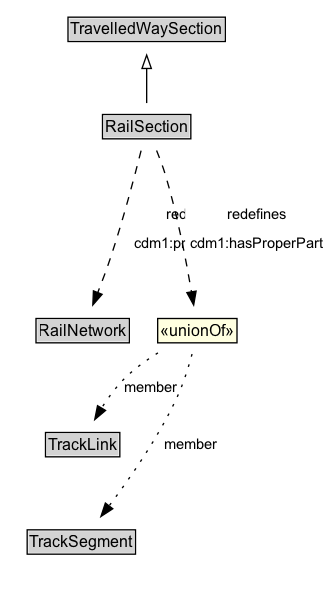
This is docs/diagrams/RailSection.dot.png from ISO-TC204/ontology-cdm-p3-v1, a Graphviz export, as it was before one commit. Its source is kept beside it as docs/diagrams/RailSection.dot.
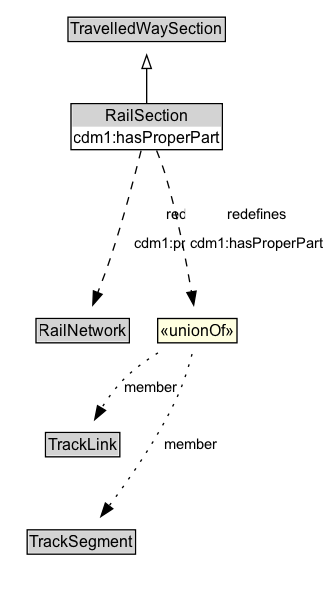
The same file after the commit.

Change to the diagram source:
```diff
@@ -6,7 +6,7 @@
 		rank=source
 		TravelledWaySection [label=<<TABLE BORDER="1" CELLBORDER="0" CELLSPACING="0" CELLPADDING="1"><TR><TD BGCOLOR="lightgray" ALIGN="CENTER">TravelledWaySection</TD></TR></TABLE>> URL="../TravelledWaySection" margin=0]
 	}
-	RailSection [label=<<TABLE BORDER="1" CELLBORDER="0" CELLSPACING="0" CELLPADDING="1"><TR><TD BGCOLOR="lightgray" ALIGN="CENTER">RailSection</TD></TR></TABLE>> URL="../RailSection" margin=0]
+	RailSection [label=<<TABLE BORDER="1" CELLBORDER="0" CELLSPACING="0" CELLPADDING="1"><TR><TD BGCOLOR="lightgray" ALIGN="CENTER">RailSection</TD></TR><TR><TD ALIGN="LEFT">cdm1:hasProperPart</TD></TR></TABLE>> URL="../RailSection" margin=0]
 	{
 		rank=max
 	}
@@ -22,12 +22,12 @@
 	Invis -> RailNetwork [style=invis]
 	RailNetwork -> TrackLink [style=invis]
 	TrackLink -> TrackSegment [style=invis]
-	n6cdb34b94ee24737adcb98601c0c2c6bb11 [label=<<TABLE BORDER="1" CELLBORDER="0" CELLSPACING="0" CELLPADDING="1" BGCOLOR="lightyellow"><TR><TD ALIGN="CENTER">«unionOf»</TD></TR></TABLE>> margin=0]
+	n07c1fe2cc8ba44aab7f111e85edd4de9b11 [label=<<TABLE BORDER="1" CELLBORDER="0" CELLSPACING="0" CELLPADDING="1" BGCOLOR="lightyellow"><TR><TD ALIGN="CENTER">«unionOf»</TD></TR></TABLE>> margin=0]
 	TrackLink [label=<<TABLE BORDER="1" CELLBORDER="0" CELLSPACING="0" CELLPADDING="1"><TR><TD BGCOLOR="lightgray" ALIGN="CENTER">TrackLink</TD></TR></TABLE>> URL="../TrackLink" margin=0]
-	n6cdb34b94ee24737adcb98601c0c2c6bb11 -> TrackLink [label=member arrowhead=normal style=dotted]
+	n07c1fe2cc8ba44aab7f111e85edd4de9b11 -> TrackLink [label=member arrowhead=normal style=dotted]
 	TrackSegment [label=<<TABLE BORDER="1" CELLBORDER="0" CELLSPACING="0" CELLPADDING="1"><TR><TD BGCOLOR="lightgray" ALIGN="CENTER">TrackSegment</TD></TR></TABLE>> URL="../TrackSegment" margin=0]
-	n6cdb34b94ee24737adcb98601c0c2c6bb11 -> TrackSegment [label=member arrowhead=normal style=dotted]
-	RailSection -> n6cdb34b94ee24737adcb98601c0c2c6bb11 [label=<<TABLE BORDER="0" CELLBORDER="0" CELLSPACING="0" CELLPADDING="4" BGCOLOR="white"><TR><TD ALIGN="CENTER">redefines</TD></TR><TR><TD ALIGN="CENTER">cdm1:hasProperPart</TD></TR></TABLE>> arrowhead=normal style=dashed]
+	n07c1fe2cc8ba44aab7f111e85edd4de9b11 -> TrackSegment [label=member arrowhead=normal style=dotted]
+	RailSection -> n07c1fe2cc8ba44aab7f111e85edd4de9b11 [label=<<TABLE BORDER="0" CELLBORDER="0" CELLSPACING="0" CELLPADDING="4" BGCOLOR="white"><TR><TD ALIGN="CENTER">redefines</TD></TR><TR><TD ALIGN="CENTER">cdm1:hasProperPart</TD></TR></TABLE>> arrowhead=normal style=dashed]
 	RailNetwork [label=<<TABLE BORDER="1" CELLBORDER="0" CELLSPACING="0" CELLPADDING="1"><TR><TD BGCOLOR="lightgray" ALIGN="CENTER">RailNetwork</TD></TR></TABLE>> URL="../RailNetwork" margin=0]
 	RailSection -> RailNetwork [label=<<TABLE BORDER="0" CELLBORDER="0" CELLSPACING="0" CELLPADDING="4" BGCOLOR="white"><TR><TD ALIGN="CENTER">redefines</TD></TR><TR><TD ALIGN="CENTER">cdm1:properPartOf</TD></TR></TABLE>> arrowhead=normal style=dashed]
 }
```
